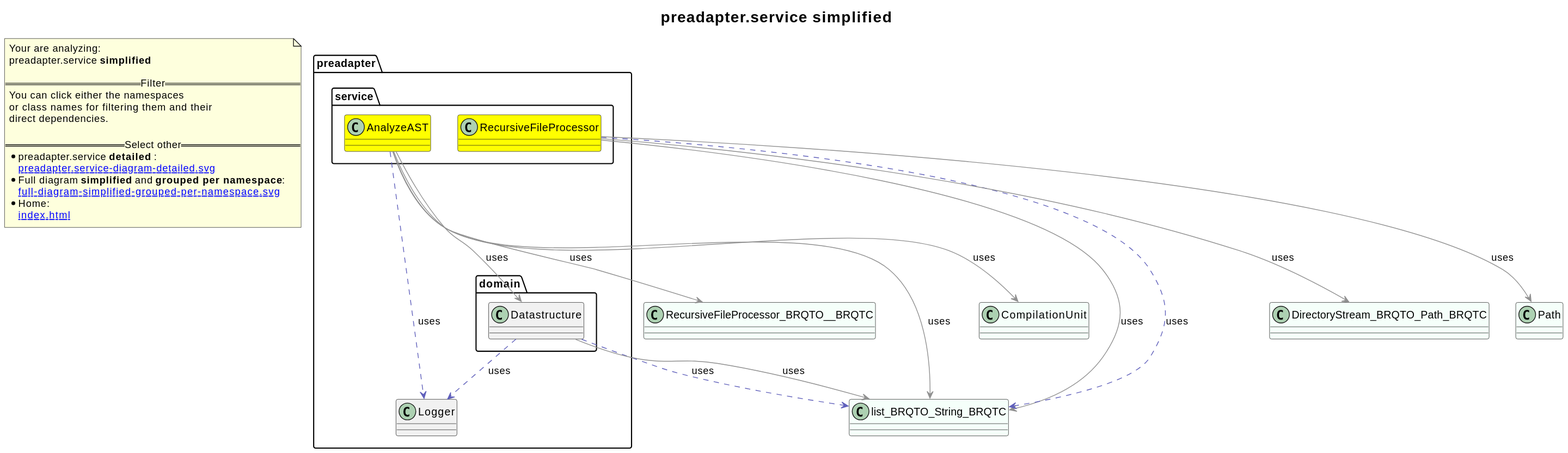
The PlantUML diagram revenger-java-adapter.out/preadapter.service-diagram-simplified.svg in 2BlackCoffees/revenger, before a commit.
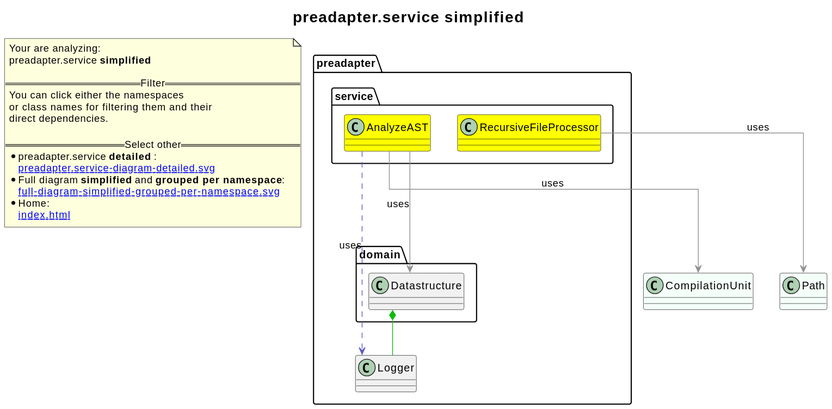
Above is the later version.

Diff of the diagram source:
```diff
@@ -1,13 +1,8 @@
 @startuml
+skinparam linetype ortho
 title <size:20>preadapter.service **simplified** </size>
 note "Your are analyzing:\npreadapter.service **simplified** \n\n==Filter==\nYou can click either the namespaces \nor class names for filtering them and their\ndirect dependencies.\n\n==Select other==\n* preadapter.service **detailed** :\n   [[preadapter.service-diagram-detailed.svg]]\n* Full diagram **simplified** and **grouped per namespace**:\n   [[full-diagram-simplified-grouped-per-namespace.svg]]\n* Home:\n   [[index.html]]" as FloatingNote
-class RecursiveFileProcessor_BRQTO__BRQTC [[RecursiveFileProcessor_BRQTO__BRQTC-diagram-simplified.svg]] #MintCream {
-}
-class list_BRQTO_String_BRQTC [[list_BRQTO_String_BRQTC-diagram-simplified.svg]] #MintCream {
-}
 class CompilationUnit [[CompilationUnit-diagram-simplified.svg]] #MintCream {
-}
-class DirectoryStream_BRQTO_Path_BRQTC [[DirectoryStream_BRQTO_Path_BRQTC-diagram-simplified.svg]] #MintCream {
 }
 class Path [[Path-diagram-simplified.svg]] #MintCream {
 }
@@ -19,16 +14,9 @@
   }
   class preadapter.service.RecursiveFileProcessor [[preadapter.service.RecursiveFileProcessor-diagram-simplified.svg]] #yellow {
   }
-preadapter.domain.Datastructure .[#6060BB].> preadapter.Logger  : uses
-preadapter.domain.Datastructure .[#6060BB].> list_BRQTO_String_BRQTC  : uses
-preadapter.domain.Datastructure -[#909090]-> list_BRQTO_String_BRQTC  : uses
+preadapter.domain.Datastructure *-[#10BB10]- preadapter.Logger
 preadapter.service.AnalyzeAST .[#6060BB].> preadapter.Logger  : uses
 preadapter.service.AnalyzeAST -[#909090]-> preadapter.domain.Datastructure  : uses
-preadapter.service.AnalyzeAST -[#909090]-> RecursiveFileProcessor_BRQTO__BRQTC  : uses
-preadapter.service.AnalyzeAST -[#909090]-> list_BRQTO_String_BRQTC  : uses
 preadapter.service.AnalyzeAST -[#909090]-> CompilationUnit  : uses
-preadapter.service.RecursiveFileProcessor -[#909090]-> list_BRQTO_String_BRQTC  : uses
-preadapter.service.RecursiveFileProcessor .[#6060BB].> list_BRQTO_String_BRQTC  : uses
-preadapter.service.RecursiveFileProcessor -[#909090]-> DirectoryStream_BRQTO_Path_BRQTC  : uses
 preadapter.service.RecursiveFileProcessor -[#909090]-> Path  : uses
 @enduml
```
